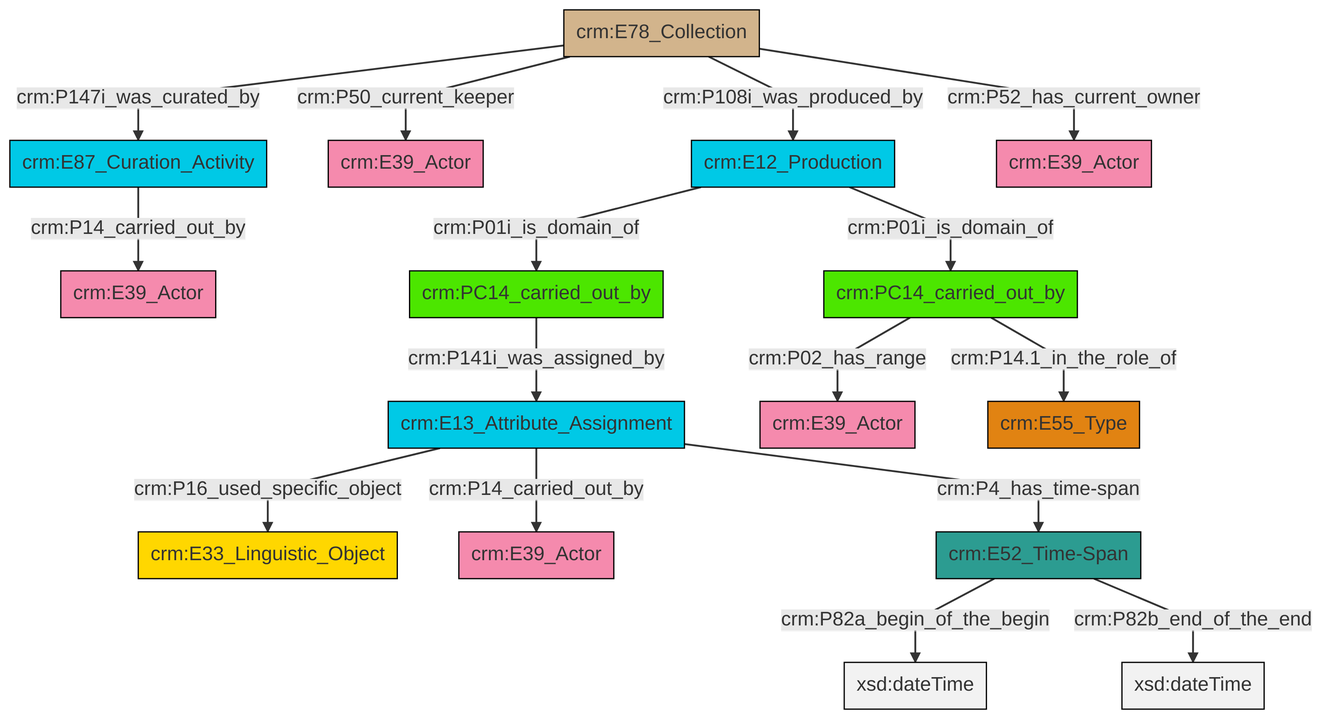
This is et/archivalCSV/ttl/mmd/png/archival_relation.png from swiss-art-research-net/docs.swissartresearch, a Mermaid export, as it was before one commit. Its source is kept beside it as et/archivalCSV/ttl/mmd/archival_relation.ttl.mmd.
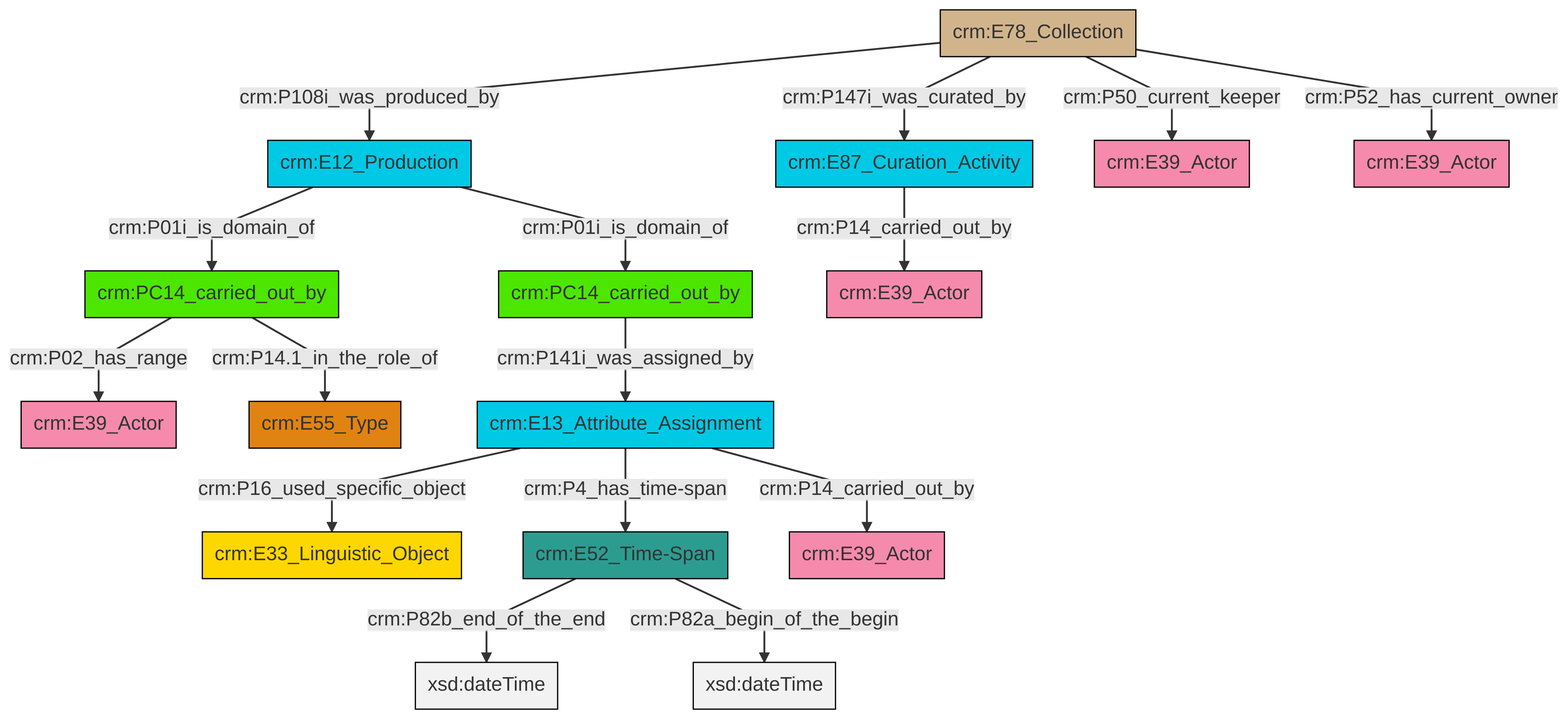
The same diagram one commit later.

Change to the diagram source:
```diff
@@ -13,18 +13,18 @@
 classDef PC_Classes fill:#4ce600, stroke:#000000;
 classDef Multi fill:#cccccc,stroke:#000000;
 
-2["crm:E52_Time-Span"]:::Time-Span -->|crm:P82a_begin_of_the_begin| 3[xsd:dateTime]:::Literal
-4["crm:PC14_carried_out_by"]:::PC_Classes -->|crm:P141i_was_assigned_by| 5["crm:E13_Attribute_Assignment"]:::Temporal_Entity
-6["crm:E78_Collection"]:::Physical_Thing -->|crm:P147i_was_curated_by| 7["crm:E87_Curation_Activity"]:::Temporal_Entity
-6["crm:E78_Collection"]:::Physical_Thing -->|crm:P50_current_keeper| 0["crm:E39_Actor"]:::Actor
-10["crm:E12_Production"]:::Temporal_Entity -->|crm:P01i_is_domain_of| 4["crm:PC14_carried_out_by"]:::PC_Classes
-7["crm:E87_Curation_Activity"]:::Temporal_Entity -->|crm:P14_carried_out_by| 18["crm:E39_Actor"]:::Actor
-2["crm:E52_Time-Span"]:::Time-Span -->|crm:P82b_end_of_the_end| 19[xsd:dateTime]:::Literal
-5["crm:E13_Attribute_Assignment"]:::Temporal_Entity -->|crm:P16_used_specific_object| 8["crm:E33_Linguistic_Object"]:::Conceptual_Object
-21["crm:PC14_carried_out_by"]:::PC_Classes -->|crm:P02_has_range| 22["crm:E39_Actor"]:::Actor
-10["crm:E12_Production"]:::Temporal_Entity -->|crm:P01i_is_domain_of| 21["crm:PC14_carried_out_by"]:::PC_Classes
-5["crm:E13_Attribute_Assignment"]:::Temporal_Entity -->|crm:P14_carried_out_by| 14["crm:E39_Actor"]:::Actor
-6["crm:E78_Collection"]:::Physical_Thing -->|crm:P108i_was_produced_by| 10["crm:E12_Production"]:::Temporal_Entity
-21["crm:PC14_carried_out_by"]:::PC_Classes -->|crm:P14.1_in_the_role_of| 26["crm:E55_Type"]:::Type
-5["crm:E13_Attribute_Assignment"]:::Temporal_Entity -->|crm:P4_has_time-span| 2["crm:E52_Time-Span"]:::Time-Span
-6["crm:E78_Collection"]:::Physical_Thing -->|crm:P52_has_current_owner| 12["crm:E39_Actor"]:::Actor
+0["crm:PC14_carried_out_by"]:::PC_Classes -->|crm:P02_has_range| 1["crm:E39_Actor"]:::Actor
+6["crm:E78_Collection"]:::Physical_Thing -->|crm:P108i_was_produced_by| 8["crm:E12_Production"]:::Temporal_Entity
+4["crm:E13_Attribute_Assignment"]:::Temporal_Entity -->|crm:P16_used_specific_object| 13["crm:E33_Linguistic_Object"]:::Conceptual_Object
+0["crm:PC14_carried_out_by"]:::PC_Classes -->|crm:P14.1_in_the_role_of| 14["crm:E55_Type"]:::Type
+4["crm:E13_Attribute_Assignment"]:::Temporal_Entity -->|crm:P4_has_time-span| 2["crm:E52_Time-Span"]:::Time-Span
+6["crm:E78_Collection"]:::Physical_Thing -->|crm:P147i_was_curated_by| 17["crm:E87_Curation_Activity"]:::Temporal_Entity
+17["crm:E87_Curation_Activity"]:::Temporal_Entity -->|crm:P14_carried_out_by| 18["crm:E39_Actor"]:::Actor
+6["crm:E78_Collection"]:::Physical_Thing -->|crm:P50_current_keeper| 15["crm:E39_Actor"]:::Actor
+19["crm:PC14_carried_out_by"]:::PC_Classes -->|crm:P141i_was_assigned_by| 4["crm:E13_Attribute_Assignment"]:::Temporal_Entity
+6["crm:E78_Collection"]:::Physical_Thing -->|crm:P52_has_current_owner| 9["crm:E39_Actor"]:::Actor
+2["crm:E52_Time-Span"]:::Time-Span -->|crm:P82b_end_of_the_end| 20[xsd:dateTime]:::Literal
+8["crm:E12_Production"]:::Temporal_Entity -->|crm:P01i_is_domain_of| 0["crm:PC14_carried_out_by"]:::PC_Classes
+8["crm:E12_Production"]:::Temporal_Entity -->|crm:P01i_is_domain_of| 19["crm:PC14_carried_out_by"]:::PC_Classes
+4["crm:E13_Attribute_Assignment"]:::Temporal_Entity -->|crm:P14_carried_out_by| 24["crm:E39_Actor"]:::Actor
+2["crm:E52_Time-Span"]:::Time-Span -->|crm:P82a_begin_of_the_begin| 26[xsd:dateTime]:::Literal
```
